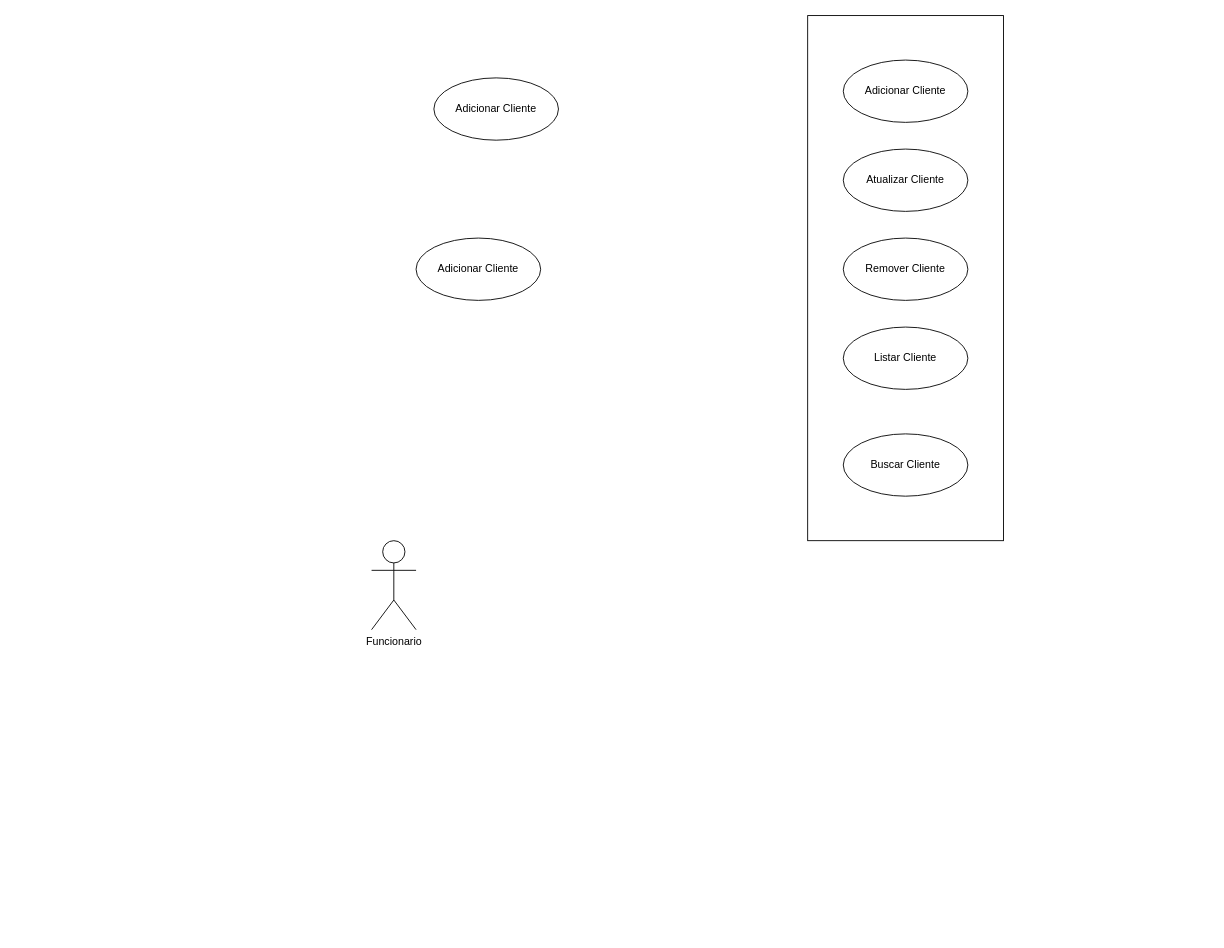
Before: ADS/Diagrama_CasoDeUso.drawio in tirabello/PI-2, a draw.io diagram. Source tidied: cells renumbered, new cells numbered last; positions are measured from the earlier drawing's top-left corner, leaving out a move shared by most shapes. Both pictures are drawn from the tidied source at 89%, with x=0, y=0 at pixel (371, 15).
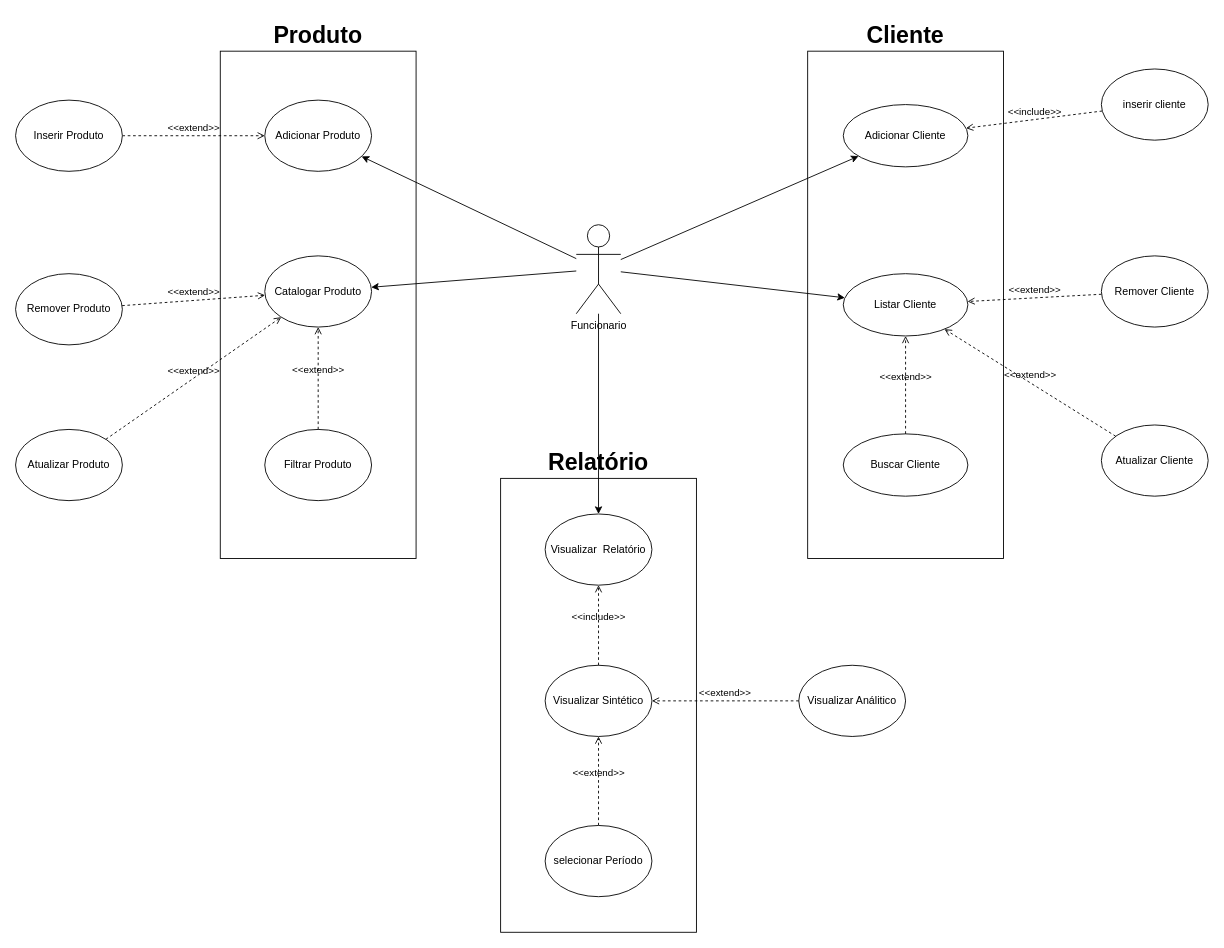
Above is the later version.

Commit message:
Cliente produto Diagrama_CasoDeUso.drawio

Unchanged cells that the change refers to:
```xml
<mxCell id="8" value="Buscar Cliente" style="ellipse;whiteSpace=wrap;html=1;" parent="1" vertex="1">
  <mxGeometry x="530" y="470" width="140" height="70" as="geometry" />
</mxCell>
```

What changed in the source:
```diff
@@
+    <mxCell id="11" value="Relatório" style="rounded=0;whiteSpace=wrap;html=1;align=center;verticalAlign=bottom;labelPosition=center;verticalLabelPosition=top;fontStyle=1;fontSize=26;" parent="1" vertex="1">
+      <mxGeometry x="145" y="520" width="220" height="510" as="geometry" />
+    </mxCell>
     <mxCell id="2" value="Funcionario" style="shape=umlActor;verticalLabelPosition=bottom;verticalAlign=top;html=1;" parent="1" vertex="1">
-      <mxGeometry y="590" width="50" height="100" as="geometry" />
+      <mxGeometry x="230" y="235" width="50" height="100" as="geometry" />
     </mxCell>
-    <mxCell id="3" style="rounded=0;whiteSpace=wrap;html=1;" parent="1" vertex="1">
-      <mxGeometry x="490" width="220" height="590" as="geometry" />
+    <mxCell id="3" value="Cliente" style="rounded=0;whiteSpace=wrap;html=1;align=center;verticalAlign=bottom;labelPosition=center;verticalLabelPosition=top;fontStyle=1;fontSize=26;" parent="1" vertex="1">
+      <mxGeometry x="490" y="40" width="220" height="570" as="geometry" />
     </mxCell>
     <mxCell id="4" value="Adicionar Cliente" style="ellipse;whiteSpace=wrap;html=1;" parent="1" vertex="1">
-      <mxGeometry x="530" y="50" width="140" height="70" as="geometry" />
+      <mxGeometry x="530" y="100" width="140" height="70" as="geometry" />
     </mxCell>
-    <mxCell id="5" value="Atualizar Cliente" style="ellipse;whiteSpace=wrap;html=1;" parent="1" vertex="1">
-      <mxGeometry x="530" y="150" width="140" height="70" as="geometry" />
-    </mxCell>
-    <mxCell id="6" value="Remover Cliente" style="ellipse;whiteSpace=wrap;html=1;" parent="1" vertex="1">
-      <mxGeometry x="530" y="250" width="140" height="70" as="geometry" />
-    </mxCell>
     <mxCell id="7" value="Listar Cliente" style="ellipse;whiteSpace=wrap;html=1;" parent="1" vertex="1">
-      <mxGeometry x="530" y="350" width="140" height="70" as="geometry" />
+      <mxGeometry x="530" y="290" width="140" height="70" as="geometry" />
     </mxCell>
@@
-    <mxCell id="9" value="Adicionar Cliente" style="ellipse;whiteSpace=wrap;html=1;" parent="1" vertex="1">
-      <mxGeometry x="70" y="70" width="140" height="70" as="geometry" />
-    </mxCell>
-    <mxCell id="10" value="Adicionar Cliente" style="ellipse;whiteSpace=wrap;html=1;" parent="1" vertex="1">
-      <mxGeometry x="50" y="250" width="140" height="70" as="geometry" />
-    </mxCell>
+    <mxCell id="12" style="endArrow=classic;html=1;rounded=0;" parent="1" edge="1" source="2" target="4">
+      <mxGeometry relative="1" as="geometry" />
+    </mxCell>
+    <mxCell id="13" value="&amp;lt;&amp;lt;include&amp;gt;&amp;gt;" style="html=1;verticalAlign=bottom;labelBackgroundColor=none;endArrow=open;endFill=0;dashed=1;rounded=0;" parent="1" edge="1" source="14" target="4">
+      <mxGeometry relative="1" as="geometry" />
+    </mxCell>
+    <mxCell id="14" value="inserir cliente" style="ellipse;whiteSpace=wrap;html=1;" parent="1" vertex="1">
+      <mxGeometry x="820" y="60" width="120" height="80" as="geometry" />
+    </mxCell>
+    <mxCell id="15" style="endArrow=classic;html=1;rounded=0;" parent="1" edge="1" source="2" target="7">
+      <mxGeometry relative="1" as="geometry" />
+    </mxCell>
+    <mxCell id="16" value="&amp;lt;&amp;lt;extend&amp;gt;&amp;gt;" style="html=1;verticalAlign=bottom;labelBackgroundColor=none;endArrow=open;endFill=0;dashed=1;rounded=0;" parent="1" edge="1" source="6" target="7">
+      <mxGeometry relative="1" as="geometry" />
+    </mxCell>
+    <mxCell id="6" value="Remover Cliente" style="ellipse;whiteSpace=wrap;html=1;" parent="1" vertex="1">
+      <mxGeometry x="820" y="270" width="120" height="80" as="geometry" />
+    </mxCell>
+    <mxCell id="5" value="Atualizar Cliente" style="ellipse;whiteSpace=wrap;html=1;" parent="1" vertex="1">
+      <mxGeometry x="820" y="460" width="120" height="80" as="geometry" />
+    </mxCell>
+    <mxCell id="17" value="&amp;lt;&amp;lt;extend&amp;gt;&amp;gt;" style="html=1;verticalAlign=bottom;labelBackgroundColor=none;endArrow=open;endFill=0;dashed=1;rounded=0;" parent="1" edge="1" source="5" target="7">
+      <mxGeometry relative="1" as="geometry" />
+    </mxCell>
+    <mxCell id="18" value="&amp;lt;&amp;lt;extend&amp;gt;&amp;gt;" style="html=1;verticalAlign=bottom;labelBackgroundColor=none;endArrow=open;endFill=0;dashed=1;rounded=0;" parent="1" edge="1" source="8" target="7">
+      <mxGeometry relative="1" as="geometry" />
+    </mxCell>
+    <mxCell id="19" value="Produto" style="rounded=0;whiteSpace=wrap;html=1;fontStyle=1;fontSize=26;labelPosition=center;verticalLabelPosition=top;align=center;verticalAlign=bottom;" parent="1" vertex="1">
+      <mxGeometry x="-170" y="40" width="220" height="570" as="geometry" />
+    </mxCell>
+    <mxCell id="20" value="Adicionar Produto" style="ellipse;whiteSpace=wrap;html=1;" parent="1" vertex="1">
+      <mxGeometry x="-120" y="95" width="120" height="80" as="geometry" />
+    </mxCell>
+    <mxCell id="21" value="&amp;lt;&amp;lt;extend&amp;gt;&amp;gt;" style="html=1;verticalAlign=bottom;labelBackgroundColor=none;endArrow=open;endFill=0;dashed=1;rounded=0;" parent="1" edge="1" source="22" target="20">
+      <mxGeometry relative="1" as="geometry" />
+    </mxCell>
+    <mxCell id="22" value="Inserir Produto" style="ellipse;whiteSpace=wrap;html=1;" parent="1" vertex="1">
+      <mxGeometry x="-400" y="95" width="120" height="80" as="geometry" />
+    </mxCell>
+    <mxCell id="23" value="Catalogar Produto" style="ellipse;whiteSpace=wrap;html=1;" parent="1" vertex="1">
+      <mxGeometry x="-120" y="270" width="120" height="80" as="geometry" />
+    </mxCell>
+    <mxCell id="24" value="Filtrar Produto" style="ellipse;whiteSpace=wrap;html=1;" parent="1" vertex="1">
+      <mxGeometry x="-120" y="465" width="120" height="80" as="geometry" />
+    </mxCell>
+    <mxCell id="25" value="Remover Produto" style="ellipse;whiteSpace=wrap;html=1;" parent="1" vertex="1">
+      <mxGeometry x="-400" y="290" width="120" height="80" as="geometry" />
+    </mxCell>
+    <mxCell id="26" value="Atualizar Produto" style="ellipse;whiteSpace=wrap;html=1;" parent="1" vertex="1">
+      <mxGeometry x="-400" y="465" width="120" height="80" as="geometry" />
+    </mxCell>
+    <mxCell id="27" value="&amp;lt;&amp;lt;extend&amp;gt;&amp;gt;" style="html=1;verticalAlign=bottom;labelBackgroundColor=none;endArrow=open;endFill=0;dashed=1;rounded=0;" parent="1" edge="1" source="26" target="23">
+      <mxGeometry relative="1" as="geometry" />
+    </mxCell>
+    <mxCell id="28" value="&amp;lt;&amp;lt;extend&amp;gt;&amp;gt;" style="html=1;verticalAlign=bottom;labelBackgroundColor=none;endArrow=open;endFill=0;dashed=1;rounded=0;" parent="1" edge="1" source="25" target="23">
+      <mxGeometry relative="1" as="geometry" />
+    </mxCell>
+    <mxCell id="29" value="&amp;lt;&amp;lt;extend&amp;gt;&amp;gt;" style="html=1;verticalAlign=bottom;labelBackgroundColor=none;endArrow=open;endFill=0;dashed=1;rounded=0;" parent="1" edge="1" source="24" target="23">
+      <mxGeometry relative="1" as="geometry" />
+    </mxCell>
+    <mxCell id="30" style="endArrow=classic;html=1;rounded=0;" parent="1" edge="1" source="2" target="20">
+      <mxGeometry relative="1" as="geometry" />
+    </mxCell>
+    <mxCell id="31" style="endArrow=classic;html=1;rounded=0;" parent="1" edge="1" source="2" target="23">
+      <mxGeometry relative="1" as="geometry" />
+    </mxCell>
+    <mxCell id="32" style="endArrow=classic;html=1;rounded=0;" parent="1" edge="1" source="2" target="33">
+      <mxGeometry relative="1" as="geometry" />
+    </mxCell>
+    <mxCell id="33" value="Visualizar&amp;nbsp; Relatório" style="ellipse;whiteSpace=wrap;html=1;" parent="1" vertex="1">
+      <mxGeometry x="195" y="560" width="120" height="80" as="geometry" />
+    </mxCell>
+    <mxCell id="34" value="Visualizar Análitico" style="ellipse;whiteSpace=wrap;html=1;" parent="1" vertex="1">
+      <mxGeometry x="480" y="730" width="120" height="80" as="geometry" />
+    </mxCell>
+    <mxCell id="35" value="&amp;lt;&amp;lt;extend&amp;gt;&amp;gt;" style="html=1;verticalAlign=bottom;labelBackgroundColor=none;endArrow=open;endFill=0;dashed=1;rounded=0;" parent="1" edge="1" source="34" target="36">
+      <mxGeometry relative="1" as="geometry" />
+    </mxCell>
+    <mxCell id="36" value="Visualizar Sintético" style="ellipse;whiteSpace=wrap;html=1;" parent="1" vertex="1">
+      <mxGeometry x="195" y="730" width="120" height="80" as="geometry" />
+    </mxCell>
+    <mxCell id="37" value="&amp;lt;&amp;lt;include&amp;gt;&amp;gt;" style="html=1;verticalAlign=bottom;labelBackgroundColor=none;endArrow=open;endFill=0;dashed=1;rounded=0;" parent="1" edge="1" source="36" target="33">
+      <mxGeometry relative="1" as="geometry" />
+    </mxCell>
+    <mxCell id="38" value="&amp;lt;&amp;lt;extend&amp;gt;&amp;gt;" style="html=1;verticalAlign=bottom;labelBackgroundColor=none;endArrow=open;endFill=0;dashed=1;rounded=0;" parent="1" edge="1" source="39" target="36">
+      <mxGeometry relative="1" as="geometry" />
+    </mxCell>
+    <mxCell id="39" value="selecionar Período" style="ellipse;whiteSpace=wrap;html=1;" parent="1" vertex="1">
+      <mxGeometry x="195" y="910" width="120" height="80" as="geometry" />
+    </mxCell>
```
